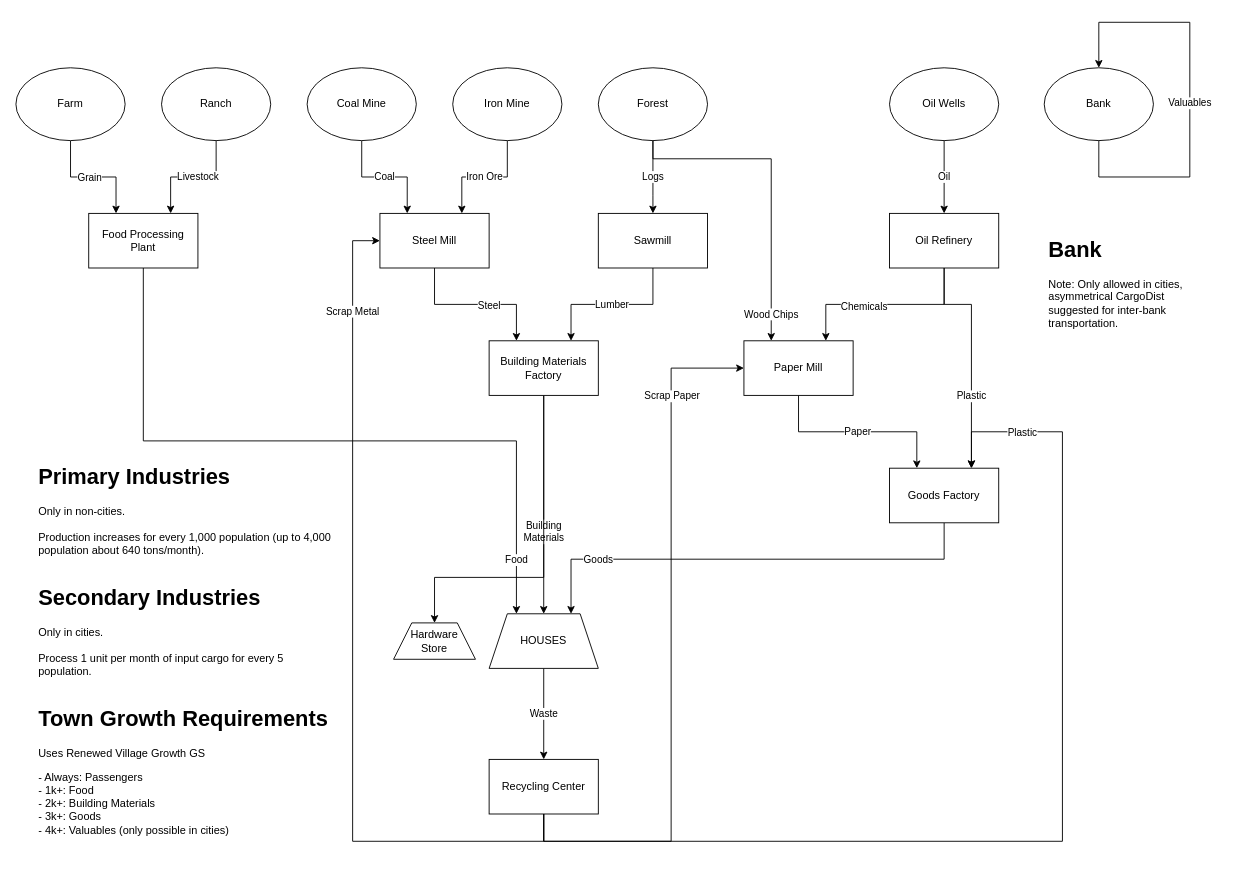
This is docs/ITI2_diagram.drawio from 2TallTyler/improved_town_industries, a draw.io file, before an edit. Source tidied: cells renumbered, new cells numbered last; positions are measured from the earlier drawing's top-left corner, leaving out a move shared by most shapes. Both pictures are drawn from the tidied source at 91%, with x=0, y=0 at pixel (15, 22).
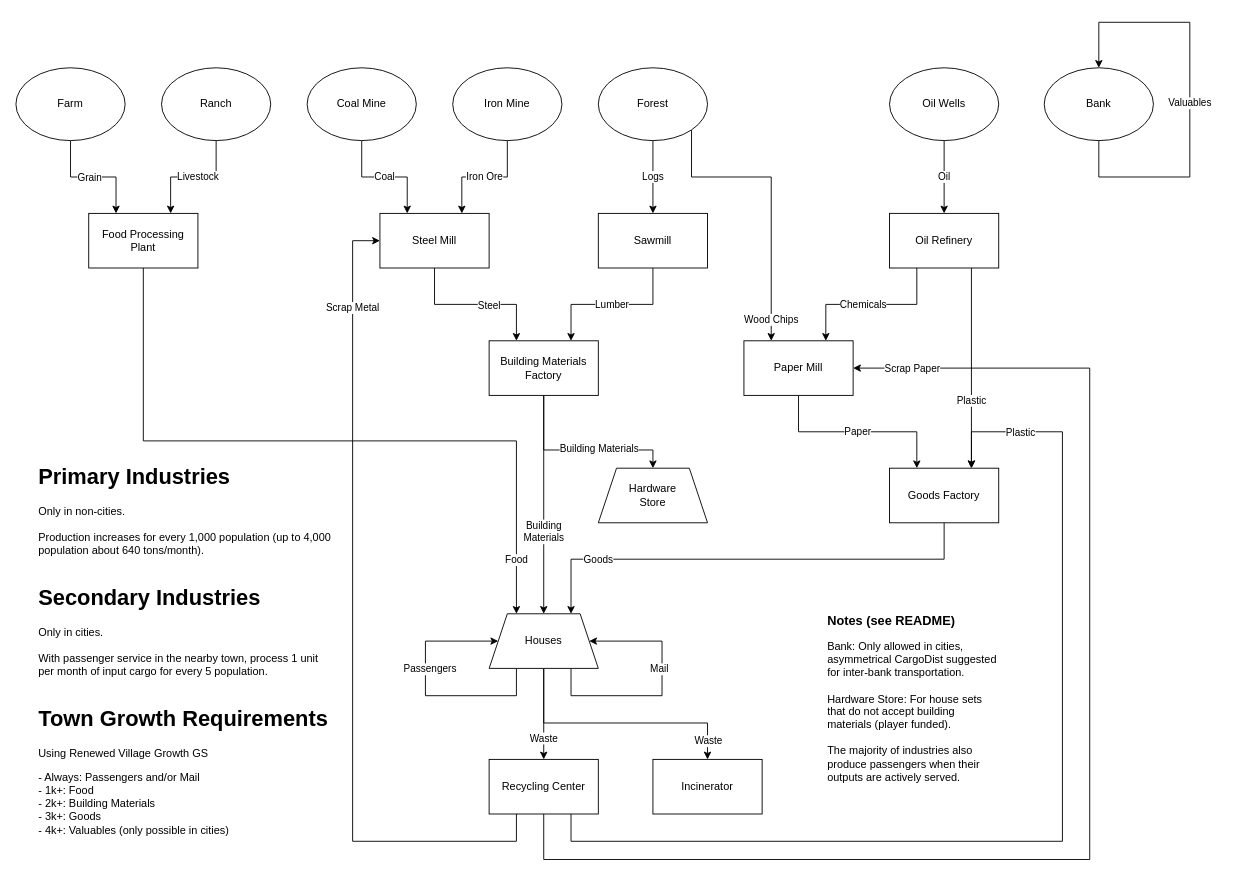
The same page after the edit.

Commit message (it also covers changes not shown here):
Change: Houses produce Mail in addition to Waste (#124)

The change refers to these unchanged cells:
```xml
<mxCell id="7" value="Forest" style="ellipse;whiteSpace=wrap;html=1;" parent="1" vertex="1">
  <mxGeometry x="640" y="50" width="120" height="80" as="geometry" />
</mxCell>
<mxCell id="19" value="Steel Mill" style="rounded=0;whiteSpace=wrap;html=1;" parent="1" vertex="1">
  <mxGeometry x="400" y="210" width="120" height="60" as="geometry" />
</mxCell>
<mxCell id="29" value="Building Materials&lt;br&gt;Factory" style="rounded=0;whiteSpace=wrap;html=1;" parent="1" vertex="1">
  <mxGeometry x="520" y="350" width="120" height="60" as="geometry" />
</mxCell>
<mxCell id="31" value="Paper Mill" style="rounded=0;whiteSpace=wrap;html=1;" parent="1" vertex="1">
  <mxGeometry x="800" y="350" width="120" height="60" as="geometry" />
</mxCell>
<mxCell id="36" value="Oil Refinery" style="rounded=0;whiteSpace=wrap;html=1;" parent="1" vertex="1">
  <mxGeometry x="960" y="210" width="120" height="60" as="geometry" />
</mxCell>
<mxCell id="39" value="Goods Factory" style="rounded=0;whiteSpace=wrap;html=1;" parent="1" vertex="1">
  <mxGeometry x="960" y="490" width="120" height="60" as="geometry" />
</mxCell>
<mxCell id="49" value="Recycling Center" style="rounded=0;whiteSpace=wrap;html=1;" parent="1" vertex="1">
  <mxGeometry x="520" y="810" width="120" height="60" as="geometry" />
</mxCell>
```

What changed in the source:
```diff
@@
-    <mxCell id="5" style="edgeStyle=orthogonalEdgeStyle;rounded=0;jettySize=auto;html=1;exitX=0.5;exitY=1;exitDx=0;exitDy=0;entryX=0.25;entryY=0;entryDx=0;entryDy=0;" parent="1" edge="1" source="7" target="31">
+    <mxCell id="5" style="edgeStyle=orthogonalEdgeStyle;rounded=0;jettySize=auto;html=1;exitX=1;exitY=1;exitDx=0;exitDy=0;entryX=0.25;entryY=0;entryDx=0;entryDy=0;" parent="1" edge="1" source="7" target="31">
       <mxGeometry relative="1" as="geometry">
         <Array as="points">
-          <mxPoint x="700" y="150" />
-          <mxPoint x="830" y="150" />
+          <mxPoint x="742" y="170" />
+          <mxPoint x="830" y="170" />
         </Array>
       </mxGeometry>
     </mxCell>
@@
     <mxCell id="25" value="Waste" style="edgeStyle=orthogonalEdgeStyle;rounded=0;jettySize=auto;html=1;exitX=0.5;exitY=1;exitDx=0;exitDy=0;entryX=0.5;entryY=0;entryDx=0;entryDy=0;" parent="1" edge="1" source="26" target="49">
-      <mxGeometry relative="1" as="geometry" />
+      <mxGeometry x="0.54" relative="1" as="geometry" />
     </mxCell>
+    <mxCell id="52" style="edgeStyle=orthogonalEdgeStyle;rounded=0;orthogonalLoop=1;jettySize=auto;html=1;exitX=0.75;exitY=1;exitDx=0;exitDy=0;entryX=1;entryY=0.5;entryDx=0;entryDy=0;" parent="1" edge="1" source="26" target="26">
+      <mxGeometry relative="1" as="geometry">
+        <Array as="points">
+          <mxPoint x="610" y="740" />
+          <mxPoint x="710" y="740" />
+          <mxPoint x="710" y="680" />
+        </Array>
+      </mxGeometry>
+    </mxCell>
+    <mxCell id="53" value="&lt;div&gt;Mail&lt;/div&gt;" style="edgeLabel;html=1;align=center;verticalAlign=middle;" parent="52" vertex="1">
+      <mxGeometry x="0.73" y="1" relative="1" as="geometry">
+        <mxPoint x="40" y="29" as="offset" />
+      </mxGeometry>
+    </mxCell>
+    <mxCell id="54" style="edgeStyle=orthogonalEdgeStyle;rounded=0;orthogonalLoop=1;jettySize=auto;html=1;exitX=0.25;exitY=1;exitDx=0;exitDy=0;entryX=0;entryY=0.5;entryDx=0;entryDy=0;" parent="1" edge="1" source="26" target="26">
+      <mxGeometry relative="1" as="geometry">
+        <Array as="points">
+          <mxPoint x="550" y="740" />
+          <mxPoint x="450" y="740" />
+          <mxPoint x="450" y="680" />
+        </Array>
+      </mxGeometry>
+    </mxCell>
+    <mxCell id="55" value="Passengers" style="edgeLabel;html=1;align=center;verticalAlign=middle;" parent="54" vertex="1">
+      <mxGeometry x="0.61" y="-2" relative="1" as="geometry">
+        <mxPoint x="-23" y="28" as="offset" />
+      </mxGeometry>
+    </mxCell>
+    <mxCell id="56" style="edgeStyle=orthogonalEdgeStyle;rounded=0;jettySize=auto;html=1;exitX=0.5;exitY=1;exitDx=0;exitDy=0;entryX=0.5;entryY=0;entryDx=0;entryDy=0;" parent="1" edge="1" source="26" target="59">
+      <mxGeometry relative="1" as="geometry">
+        <Array as="points">
+          <mxPoint x="580" y="770" />
+          <mxPoint x="760" y="770" />
+        </Array>
+      </mxGeometry>
+    </mxCell>
+    <mxCell id="57" value="Waste" style="edgeLabel;html=1;align=center;verticalAlign=middle;" parent="56" vertex="1">
+      <mxGeometry x="0.85" y="2" relative="1" as="geometry">
+        <mxPoint x="-2" as="offset" />
+      </mxGeometry>
+    </mxCell>
-    <mxCell id="26" value="HOUSES" style="shape=trapezoid;perimeter=trapezoidPerimeter;whiteSpace=wrap;html=1;fixedSize=1;" parent="1" vertex="1">
+    <mxCell id="26" value="Houses" style="shape=trapezoid;perimeter=trapezoidPerimeter;whiteSpace=wrap;html=1;fixedSize=1;" parent="1" vertex="1">
       <mxGeometry x="520" y="650" width="120" height="60" as="geometry" />
     </mxCell>
-    <mxCell id="27" value="Building&lt;br&gt;Materials" style="edgeStyle=orthogonalEdgeStyle;rounded=0;jettySize=auto;html=1;exitX=0.5;exitY=1;exitDx=0;exitDy=0;entryX=0.5;entryY=0;entryDx=0;entryDy=0;" parent="1" edge="1" source="29" target="26">
-      <mxGeometry x="0.25" relative="1" as="geometry" />
-    </mxCell>
     <mxCell id="28" style="edgeStyle=orthogonalEdgeStyle;rounded=0;jettySize=auto;html=1;exitX=0.5;exitY=1;exitDx=0;exitDy=0;entryX=0.5;entryY=0;entryDx=0;entryDy=0;" parent="1" edge="1" source="29" target="51">
       <mxGeometry relative="1" as="geometry">
         <Array as="points">
-          <mxPoint x="580" y="610" />
-          <mxPoint x="460" y="610" />
+          <mxPoint x="580" y="470" />
+          <mxPoint x="700" y="470" />
         </Array>
       </mxGeometry>
     </mxCell>
+    <mxCell id="58" value="Building Materials" style="edgeLabel;html=1;align=center;verticalAlign=middle;" parent="28" vertex="1">
+      <mxGeometry x="0.41" y="2" relative="1" as="geometry">
+        <mxPoint x="-21" as="offset" />
+      </mxGeometry>
+    </mxCell>
@@
-    <mxCell id="32" style="edgeStyle=orthogonalEdgeStyle;rounded=0;jettySize=auto;html=1;exitX=0.5;exitY=1;exitDx=0;exitDy=0;entryX=0.75;entryY=0;entryDx=0;entryDy=0;" parent="1" edge="1" source="36" target="31">
+    <mxCell id="32" style="edgeStyle=orthogonalEdgeStyle;rounded=0;jettySize=auto;html=1;exitX=0.25;exitY=1;exitDx=0;exitDy=0;entryX=0.75;entryY=0;entryDx=0;entryDy=0;" parent="1" edge="1" source="36" target="31">
       <mxGeometry relative="1" as="geometry" />
     </mxCell>
     <mxCell id="33" value="Chemicals" style="edgeLabel;html=1;align=center;verticalAlign=middle;" parent="32" vertex="1">
-      <mxGeometry x="0.23" y="2" relative="1" as="geometry" />
+      <mxGeometry x="0.23" y="2" relative="1" as="geometry">
+        <mxPoint x="11" y="-2" as="offset" />
+      </mxGeometry>
     </mxCell>
-    <mxCell id="34" style="edgeStyle=orthogonalEdgeStyle;rounded=0;jettySize=auto;html=1;exitX=0.5;exitY=1;exitDx=0;exitDy=0;entryX=0.75;entryY=0;entryDx=0;entryDy=0;" parent="1" edge="1" source="36" target="39">
-      <mxGeometry relative="1" as="geometry">
-        <Array as="points">
-          <mxPoint x="1020" y="310" />
-          <mxPoint x="1050" y="310" />
-        </Array>
-      </mxGeometry>
+    <mxCell id="34" style="edgeStyle=orthogonalEdgeStyle;rounded=0;jettySize=auto;html=1;entryX=0.75;entryY=0;entryDx=0;entryDy=0;exitX=0.75;exitY=1;exitDx=0;exitDy=0;" parent="1" edge="1" source="36" target="39">
+      <mxGeometry relative="1" as="geometry" />
     </mxCell>
@@
-    <mxCell id="40" value="&lt;h1&gt;Primary Industries&lt;/h1&gt;&lt;div&gt;Only in non-cities.&lt;/div&gt;&lt;div&gt;&lt;br&gt;&lt;/div&gt;&lt;div&gt;Production increases for every 1,000 population (up to 4,000 population about 640 tons/month).&lt;/div&gt;&lt;div&gt;&lt;br&gt;&lt;/div&gt;&lt;h1&gt;Secondary Industries&lt;/h1&gt;&lt;div&gt;Only in cities.&lt;/div&gt;&lt;div&gt;&lt;br&gt;&lt;/div&gt;&lt;div&gt;Process 1 unit per month of input cargo for every 5 population.&lt;/div&gt;&lt;div&gt;&lt;br&gt;&lt;/div&gt;&lt;div&gt;&lt;h1&gt;Town Growth Requirements&lt;/h1&gt;&lt;p&gt;Uses Renewed Village Growth GS&lt;/p&gt;&lt;p&gt;- Always: Passengers&lt;br&gt;- 1k+: Food&lt;br&gt;- 2k+: Building Materials&lt;br&gt;- 3k+: Goods&lt;br&gt;- 4k+: Valuables (only possible in cities)&lt;/p&gt;&lt;/div&gt;" style="text;html=1;strokeColor=none;fillColor=none;spacing=5;spacingTop=-20;whiteSpace=wrap;overflow=hidden;rounded=0;" parent="1" vertex="1">
+    <mxCell id="40" value="&lt;h1&gt;Primary Industries&lt;/h1&gt;&lt;div&gt;Only in non-cities.&lt;/div&gt;&lt;div&gt;&lt;br&gt;&lt;/div&gt;&lt;div&gt;Production increases for every 1,000 population (up to 4,000 population about 640 tons/month).&lt;/div&gt;&lt;div&gt;&lt;br&gt;&lt;/div&gt;&lt;h1&gt;Secondary Industries&lt;/h1&gt;&lt;div&gt;Only in cities.&lt;/div&gt;&lt;div&gt;&lt;br&gt;&lt;/div&gt;&lt;div&gt;With passenger service in the nearby town, process 1 unit per month of input cargo for every 5 population.&lt;/div&gt;&lt;div&gt;&lt;br&gt;&lt;/div&gt;&lt;div&gt;&lt;h1&gt;Town Growth Requirements&lt;/h1&gt;&lt;p&gt;Using Renewed Village Growth GS&lt;/p&gt;&lt;p&gt;- Always: Passengers and/or Mail&lt;br&gt;- 1k+: Food&lt;br&gt;- 2k+: Building Materials&lt;br&gt;- 3k+: Goods&lt;br&gt;- 4k+: Valuables (only possible in cities)&lt;/p&gt;&lt;/div&gt;" style="text;html=1;strokeColor=none;fillColor=none;spacing=5;spacingTop=-20;whiteSpace=wrap;overflow=hidden;rounded=0;" parent="1" vertex="1">
       <mxGeometry x="20" y="480" width="330" height="430" as="geometry" />
     </mxCell>
@@
-    <mxCell id="43" style="edgeStyle=orthogonalEdgeStyle;rounded=0;jettySize=auto;html=1;exitX=0.5;exitY=1;exitDx=0;exitDy=0;entryX=0;entryY=0.5;entryDx=0;entryDy=0;" parent="1" edge="1" source="49" target="31">
+    <mxCell id="43" style="edgeStyle=orthogonalEdgeStyle;rounded=0;jettySize=auto;html=1;exitX=0.5;exitY=1;exitDx=0;exitDy=0;entryX=1;entryY=0.5;entryDx=0;entryDy=0;" parent="1" edge="1" source="49" target="31">
       <mxGeometry relative="1" as="geometry">
         <Array as="points">
-          <mxPoint x="580" y="900" />
-          <mxPoint x="720" y="900" />
-          <mxPoint x="720" y="380" />
+          <mxPoint x="580" y="920" />
+          <mxPoint x="1180" y="920" />
+          <mxPoint x="1180" y="380" />
         </Array>
       </mxGeometry>
     </mxCell>
     <mxCell id="44" value="Scrap Paper" style="edgeLabel;html=1;align=center;verticalAlign=middle;" parent="43" vertex="1">
       <mxGeometry x="0.85" y="-2" relative="1" as="geometry">
-        <mxPoint x="-22" y="28" as="offset" />
+        <mxPoint x="-45" y="2" as="offset" />
       </mxGeometry>
     </mxCell>
-    <mxCell id="45" style="edgeStyle=orthogonalEdgeStyle;rounded=0;jettySize=auto;html=1;exitX=0.5;exitY=1;exitDx=0;exitDy=0;" parent="1" edge="1" source="49">
+    <mxCell id="45" style="edgeStyle=orthogonalEdgeStyle;rounded=0;jettySize=auto;html=1;exitX=0.75;exitY=1;exitDx=0;exitDy=0;" parent="1" edge="1" source="49">
       <mxGeometry relative="1" as="geometry">
         <mxPoint x="1050" y="490" as="targetPoint" />
         <Array as="points">
-          <mxPoint x="580" y="900" />
+          <mxPoint x="610" y="900" />
           <mxPoint x="1150" y="900" />
           <mxPoint x="1150" y="450" />
           <mxPoint x="1050" y="450" />
         </Array>
       </mxGeometry>
     </mxCell>
@@
-    <mxCell id="47" style="edgeStyle=orthogonalEdgeStyle;rounded=0;jettySize=auto;html=1;exitX=0.5;exitY=1;exitDx=0;exitDy=0;entryX=0;entryY=0.5;entryDx=0;entryDy=0;" parent="1" edge="1" source="49" target="19">
+    <mxCell id="47" style="edgeStyle=orthogonalEdgeStyle;rounded=0;jettySize=auto;html=1;exitX=0.25;exitY=1;exitDx=0;exitDy=0;entryX=0;entryY=0.5;entryDx=0;entryDy=0;" parent="1" edge="1" source="49" target="19">
       <mxGeometry relative="1" as="geometry">
         <Array as="points">
-          <mxPoint x="580" y="900" />
+          <mxPoint x="550" y="900" />
           <mxPoint x="370" y="900" />
           <mxPoint x="370" y="240" />
         </Array>
       </mxGeometry>
     </mxCell>
@@
-    <mxCell id="50" value="&lt;h1&gt;Bank&lt;/h1&gt;&lt;div&gt;Note: Only allowed in cities, asymmetrical CargoDist suggested for inter-bank transportation.&lt;/div&gt;" style="text;html=1;strokeColor=none;fillColor=none;spacing=5;spacingTop=-20;whiteSpace=wrap;overflow=hidden;rounded=0;" parent="1" vertex="1">
-      <mxGeometry x="1130" y="230" width="190" height="120" as="geometry" />
-    </mxCell>
     <mxCell id="51" value="Hardware&lt;div&gt;Store&lt;/div&gt;" style="shape=trapezoid;perimeter=trapezoidPerimeter;whiteSpace=wrap;html=1;fixedSize=1;" parent="1" vertex="1">
-      <mxGeometry x="415" y="660" width="90" height="40" as="geometry" />
+      <mxGeometry x="640" y="490" width="120" height="60" as="geometry" />
     </mxCell>
+    <mxCell id="27" value="Building&lt;br&gt;Materials" style="edgeStyle=orthogonalEdgeStyle;rounded=0;jettySize=auto;html=1;exitX=0.5;exitY=1;exitDx=0;exitDy=0;entryX=0.5;entryY=0;entryDx=0;entryDy=0;" parent="1" edge="1" source="29" target="26">
+      <mxGeometry x="0.25" relative="1" as="geometry" />
+    </mxCell>
+    <mxCell id="59" value="Incinerator" style="rounded=0;whiteSpace=wrap;html=1;" parent="1" vertex="1">
+      <mxGeometry x="700" y="810" width="120" height="60" as="geometry" />
+    </mxCell>
+    <mxCell id="60" value="&lt;h3 style=&quot;line-height: 100%;&quot;&gt;Notes (see README)&lt;/h3&gt;&lt;div&gt;Bank: Only allowed in cities, asymmetrical CargoDist suggested for inter-bank transportation.&lt;/div&gt;&lt;div&gt;&lt;br&gt;&lt;/div&gt;&lt;div&gt;Hardware Store: For house sets that do not accept building materials (player funded).&lt;/div&gt;&lt;div&gt;&lt;br&gt;&lt;/div&gt;&lt;div&gt;The majority of industries also produce passengers when their outputs are actively served.&lt;/div&gt;" style="text;html=1;whiteSpace=wrap;overflow=hidden;rounded=0;fillColor=none;fillStyle=auto;" parent="1" vertex="1">
+      <mxGeometry x="890" y="630" width="190" height="230" as="geometry" />
+    </mxCell>
```
